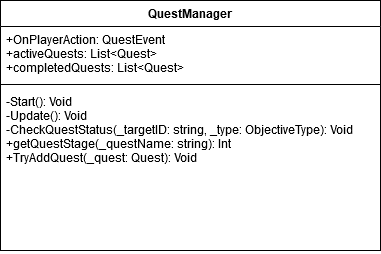
Earlier version of the draw.io export UML_Shards_of_redemption.png (Nerys-Thamm/MDS-work). Source tidied: cells renumbered, new cells last; positions are measured from the earlier drawing's top-left corner, leaving out a move shared by most shapes.
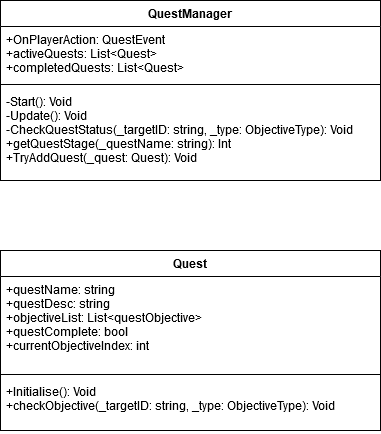
The same file after the commit.

Diff of the diagram source:
```diff
@@ -3,7 +3,7 @@
     <mxCell id="0" />
     <mxCell id="1" parent="0" />
     <mxCell id="2" value="QuestManager" style="swimlane;fontStyle=1;align=center;verticalAlign=top;horizontal=1;startSize=26;" parent="1" vertex="1">
-      <mxGeometry width="380" height="250" as="geometry" />
+      <mxGeometry width="380" height="180" as="geometry" />
     </mxCell>
     <mxCell id="3" value="+OnPlayerAction: QuestEvent&#10;+activeQuests: List&lt;Quest&gt;&#10;+completedQuests: List&lt;Quest&gt;&#10;&#10;&#10;" style="text;strokeColor=none;align=left;verticalAlign=top;spacingLeft=4;spacingRight=4;overflow=hidden;" parent="2" vertex="1">
       <mxGeometry y="26" width="380" height="54" as="geometry" />
@@ -12,7 +12,19 @@
       <mxGeometry y="80" width="380" height="8" as="geometry" />
     </mxCell>
     <mxCell id="5" value="-Start(): Void&#10;-Update(): Void&#10;-CheckQuestStatus(_targetID: string, _type: ObjectiveType): Void&#10;+getQuestStage(_questName: string): Int&#10;+TryAddQuest(_quest: Quest): Void&#10;&#10;&#10;" style="text;strokeColor=none;fillColor=none;align=left;verticalAlign=top;spacingLeft=4;spacingRight=4;overflow=hidden;" parent="2" vertex="1">
-      <mxGeometry y="88" width="380" height="162" as="geometry" />
+      <mxGeometry y="88" width="380" height="92" as="geometry" />
     </mxCell>
+    <mxCell id="6" value="Quest" style="swimlane;fontStyle=1;align=center;verticalAlign=top;horizontal=1;startSize=26;fillColor=none;html=0;" parent="1" vertex="1">
+      <mxGeometry y="250" width="380" height="180" as="geometry" />
+    </mxCell>
+    <mxCell id="7" value="+questName: string&#10;+questDesc: string&#10;+objectiveList: List&lt;questObjective&gt;&#10;+questComplete: bool&#10;+currentObjectiveIndex: int&#10;" style="text;strokeColor=none;fillColor=none;align=left;verticalAlign=top;spacingLeft=4;spacingRight=4;overflow=hidden;" parent="6" vertex="1">
+      <mxGeometry y="26" width="380" height="94" as="geometry" />
+    </mxCell>
+    <mxCell id="8" style="line;strokeWidth=1;fillColor=none;align=left;verticalAlign=middle;spacingTop=-1;spacingLeft=3;spacingRight=3;labelPosition=right;" parent="6" vertex="1">
+      <mxGeometry y="120" width="380" height="8" as="geometry" />
+    </mxCell>
+    <mxCell id="9" value="+Initialise(): Void&#10;+checkObjective(_targetID: string, _type: ObjectiveType): Void&#10;" style="text;strokeColor=none;fillColor=none;align=left;verticalAlign=top;spacingLeft=4;spacingRight=4;overflow=hidden;" parent="6" vertex="1">
+      <mxGeometry y="128" width="380" height="52" as="geometry" />
+    </mxCell>
   </root>
 </mxGraphModel>
```
